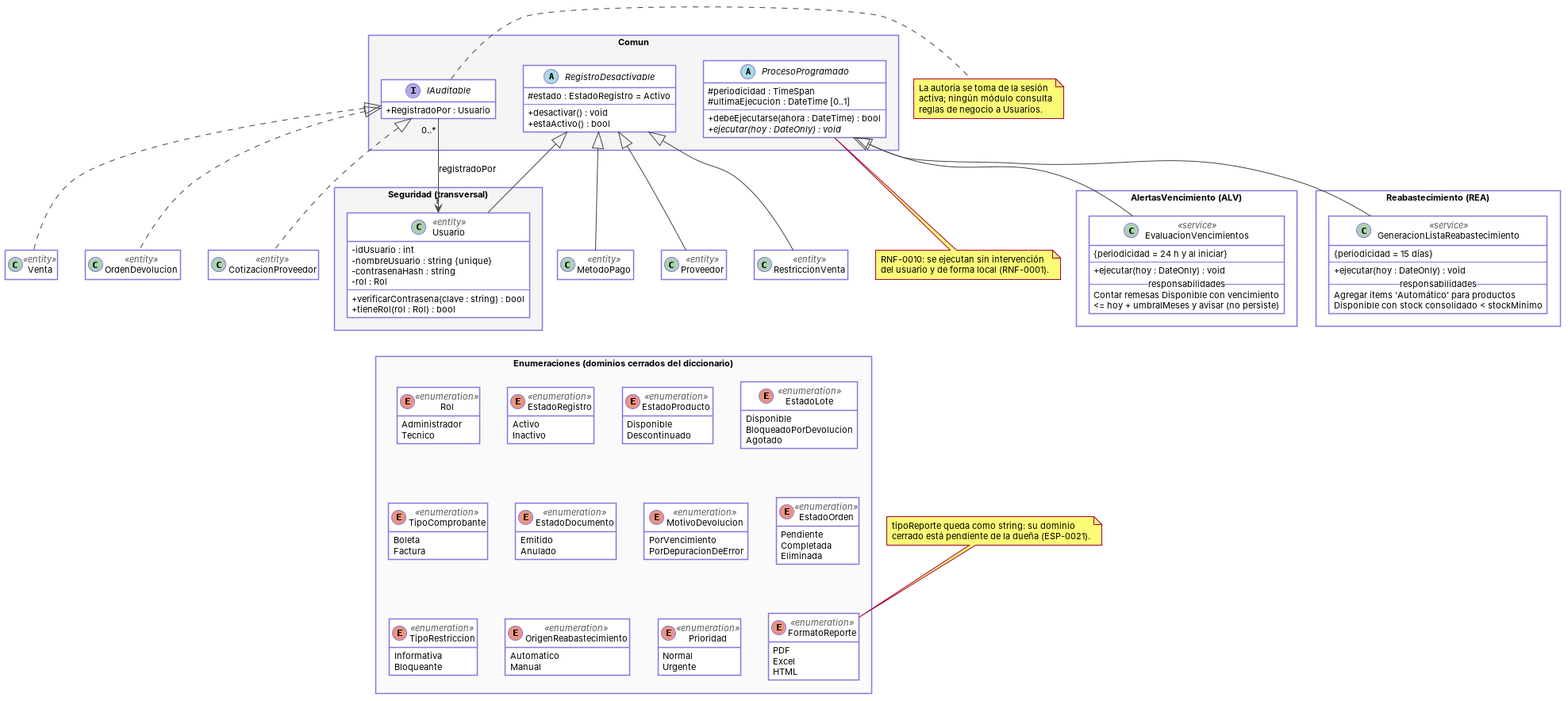
Above: docs/diagramas/VL-03_MecanismosComunes.png in Luis-Ayben-Chahua-Charca/Farmasil_App (PlantUML), before the change. Its source is kept beside it as docs/diagramas/plaintext-VistaLogica/VL-03_MecanismosComunes.puml.
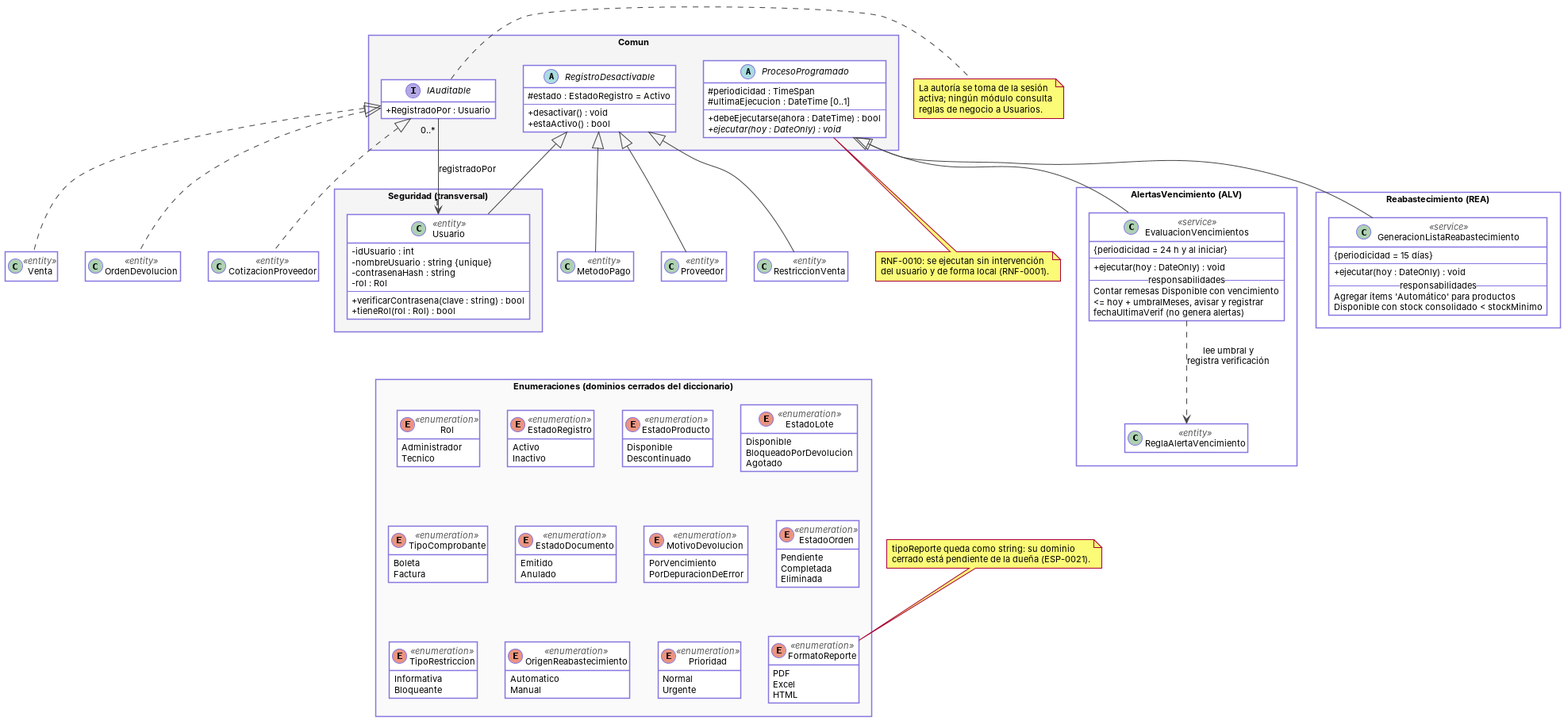
The same diagram one commit later.

Diff of the diagram source:
```diff
@@ -61,8 +61,10 @@
     + ejecutar(hoy : DateOnly) : void
     -- responsabilidades --
     Contar remesas Disponible con vencimiento
-    <= hoy + umbralMeses y avisar (no persiste)
+    <= hoy + umbralMeses, avisar y registrar
+    fechaUltimaVerif (no genera alertas)
   }
+  class ReglaAlertaVencimiento <<entity>>
 }
 
 package "Reabastecimiento (REA)" {
@@ -88,6 +90,7 @@
 
 ProcesoProgramado <|-- EvaluacionVencimientos
 ProcesoProgramado <|-- GeneracionListaReabastecimiento
+EvaluacionVencimientos ..> ReglaAlertaVencimiento : lee umbral y\nregistra verificación
 
 note bottom of ProcesoProgramado
   RNF-0010: se ejecutan sin intervención
```
